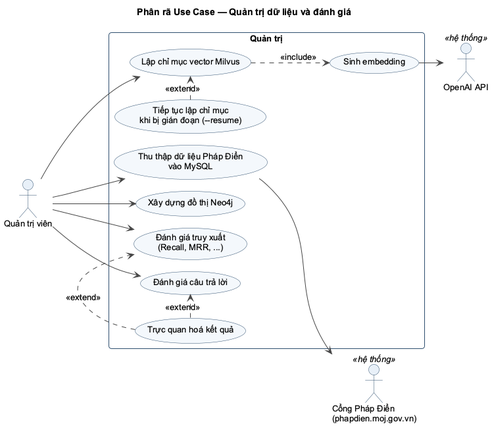
Earlier version of the PlantUML export docs/uml/png/UC_QuanTri.png (hainguyen312/project2-chatbot-rag).
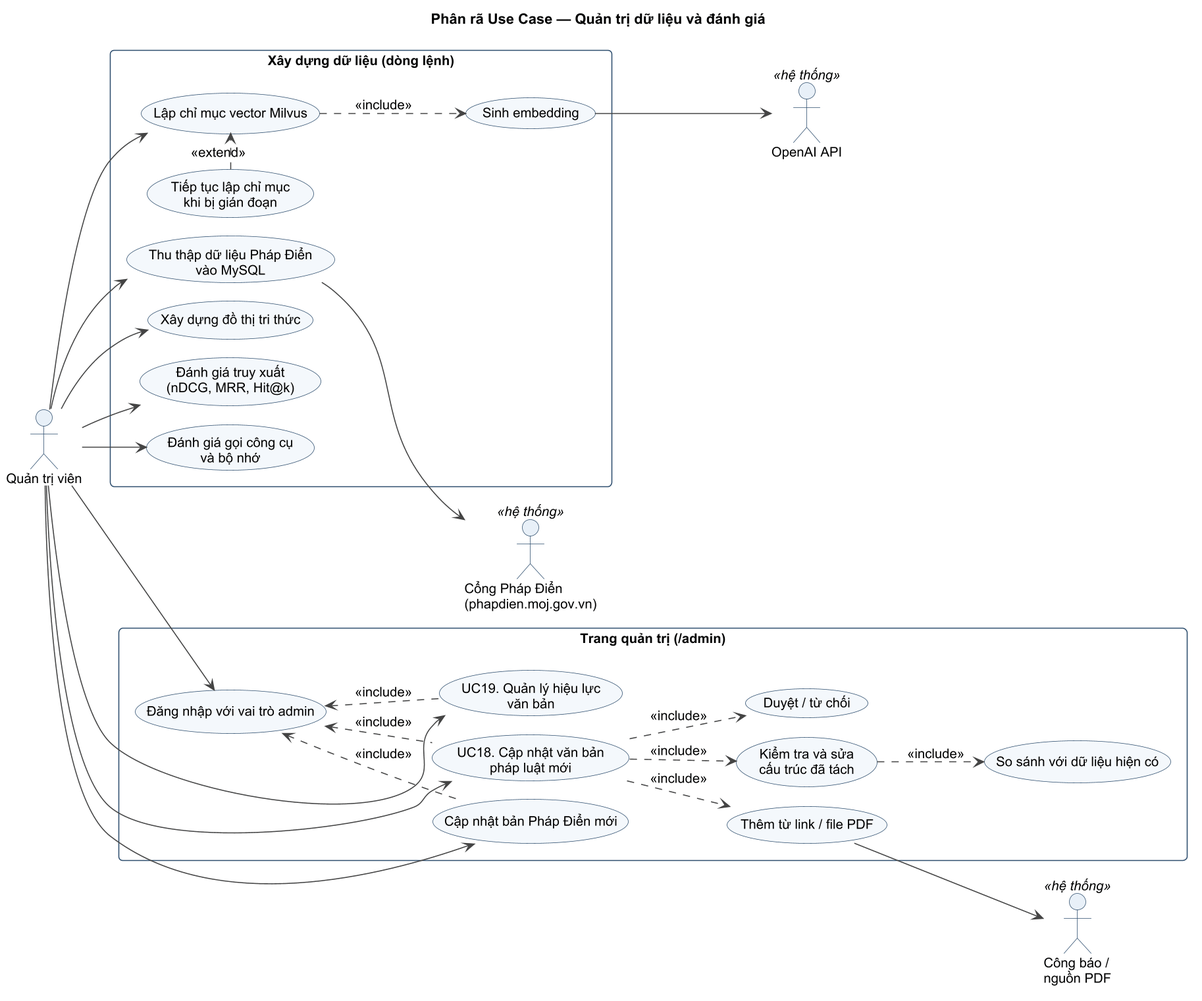
Later version of the same file.

Diff of the diagram source:
```diff
@@ -6,17 +6,28 @@
 
 actor "Quản trị viên" as Admin
 actor "Cổng Pháp Điển\n(phapdien.moj.gov.vn)" as PD <<hệ thống>>
+actor "Công báo /\nnguồn PDF" as CB <<hệ thống>>
 actor "OpenAI API" as OpenAI <<hệ thống>>
 
-rectangle "Quản trị" {
+rectangle "Xây dựng dữ liệu (dòng lệnh)" {
   usecase "Thu thập dữ liệu Pháp Điển\nvào MySQL" as Crawl
   usecase "Lập chỉ mục vector Milvus" as Index
-  usecase "Tiếp tục lập chỉ mục\nkhi bị gián đoạn (--resume)" as Resume
+  usecase "Tiếp tục lập chỉ mục\nkhi bị gián đoạn" as Resume
   usecase "Sinh embedding" as Embed
-  usecase "Xây dựng đồ thị Neo4j" as Graph
-  usecase "Đánh giá truy xuất\n(Recall, MRR, ...)" as EvalR
-  usecase "Đánh giá câu trả lời" as EvalA
-  usecase "Trực quan hoá kết quả" as Viz
+  usecase "Xây dựng đồ thị tri thức" as Graph
+  usecase "Đánh giá truy xuất\n(nDCG, MRR, Hit@k)" as EvalR
+  usecase "Đánh giá gọi công cụ\nvà bộ nhớ" as EvalA
+}
+
+rectangle "Trang quản trị (/admin)" {
+  usecase "Đăng nhập với vai trò admin" as Login
+  usecase "UC18. Cập nhật văn bản\npháp luật mới" as Ingest
+  usecase "Thêm từ link / file PDF" as Add
+  usecase "Kiểm tra và sửa\ncấu trúc đã tách" as Review
+  usecase "So sánh với dữ liệu hiện có" as Diff
+  usecase "Duyệt / từ chối" as Approve
+  usecase "UC19. Quản lý hiệu lực\nvăn bản" as Status
+  usecase "Cập nhật bản Pháp Điển mới" as PDUpdate
 }
 
 Admin --> Crawl
@@ -24,10 +35,21 @@
 Admin --> Graph
 Admin --> EvalR
 Admin --> EvalA
+Admin --> Login
 Crawl --> PD
 Index ..> Embed : <<include>>
 Resume .> Index : <<extend>>
 Embed --> OpenAI
-Viz .> EvalR : <<extend>>
-Viz .> EvalA : <<extend>>
+
+Login <.. Ingest : <<include>>
+Login <.. Status : <<include>>
+Login <.. PDUpdate : <<include>>
+Admin --> Ingest
+Admin --> Status
+Admin --> PDUpdate
+Ingest ..> Add : <<include>>
+Ingest ..> Review : <<include>>
+Review ..> Diff : <<include>>
+Ingest ..> Approve : <<include>>
+Add --> CB
 @enduml
```
